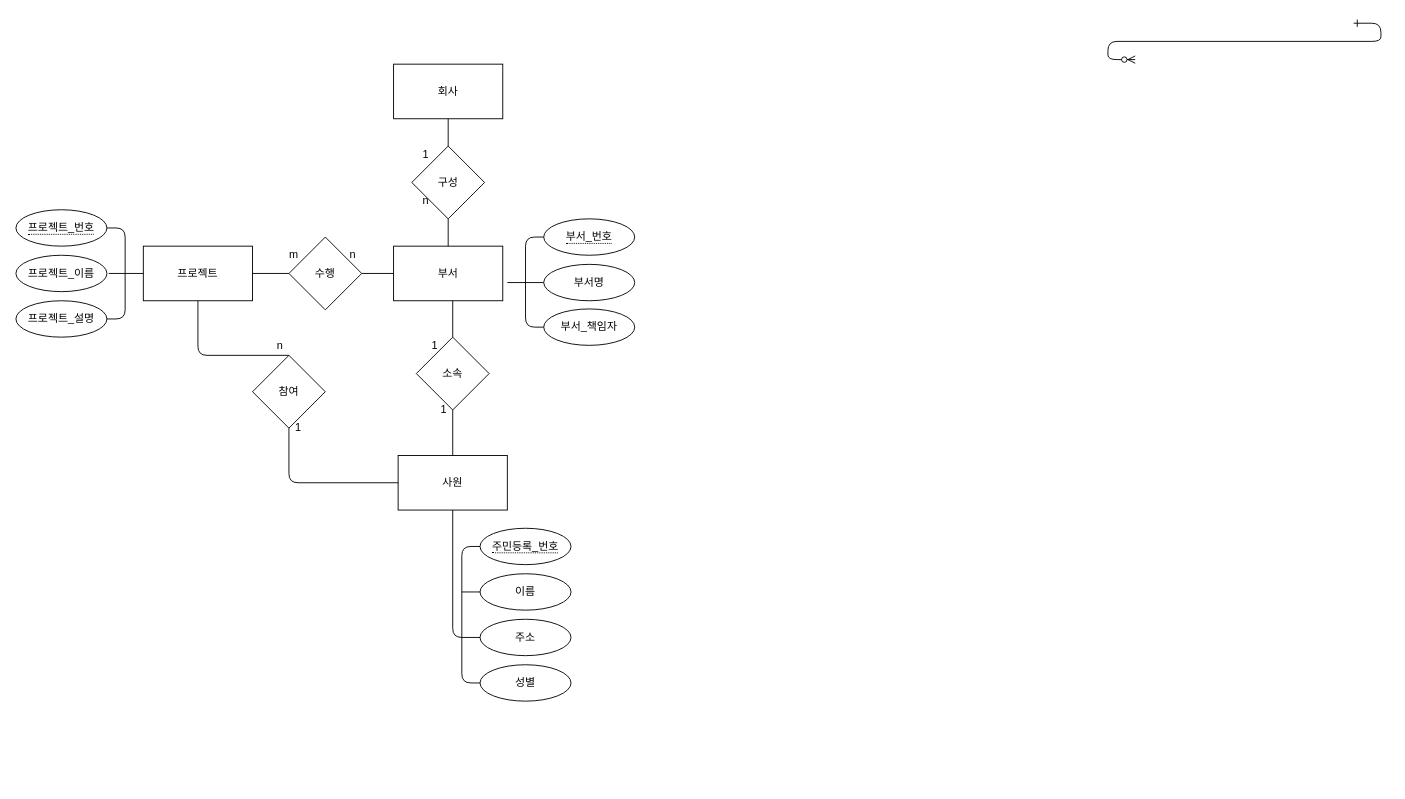
Earlier version of the draw.io diagram page "ER-Diagram" (1 of 3) of Untitled Diagram.drawio (oss0202/erwin). Source tidied: cells renumbered, new cells numbered last; positions are measured from the earlier drawing's top-left corner, leaving out a move shared by most shapes. Both pictures are drawn from the tidied source at 91%, with x=0, y=0 at pixel (15, 23).
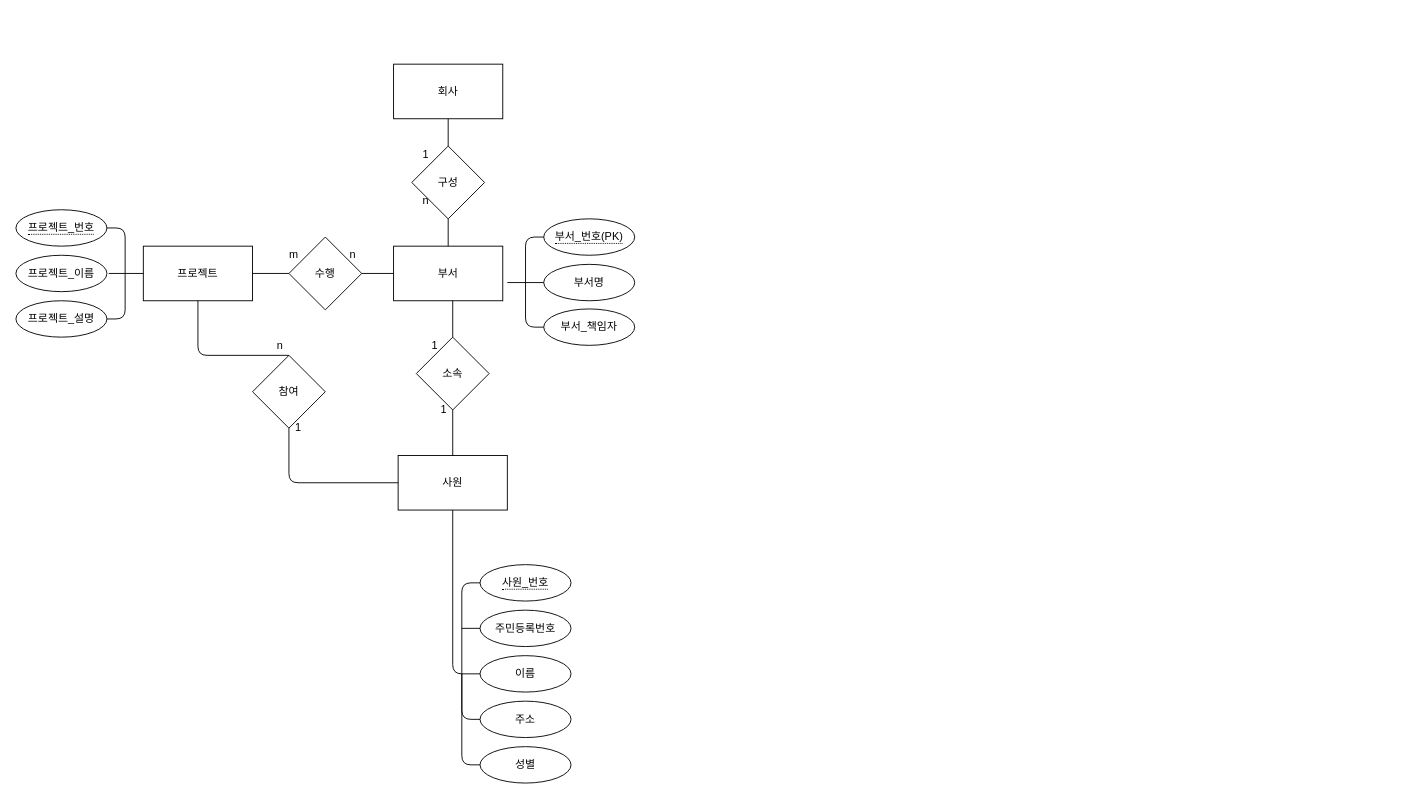
After the change.

The change refers to these unchanged cells:
```xml
<mxCell id="16" value="사원" style="rounded=0;whiteSpace=wrap;html=1;" parent="1" vertex="1">
  <mxGeometry x="420" y="475" width="120" height="60" as="geometry" />
</mxCell>
```

Change to the diagram source:
```diff
@@
-    <mxCell id="2" style="edgeStyle=entityRelationEdgeStyle;endArrow=ERzeroToMany;startArrow=ERone;endFill=1;startFill=0;" parent="1" edge="1">
-      <mxGeometry relative="1" as="geometry">
-        <mxPoint x="1470" as="sourcePoint" />
-        <mxPoint x="1230" y="40" as="targetPoint" />
-      </mxGeometry>
-    </mxCell>
@@
-    <mxCell id="29" value="&lt;span style=&quot;border-bottom: 1px dotted&quot;&gt;부서_번호&lt;/span&gt;" style="ellipse;whiteSpace=wrap;html=1;align=center;gradientColor=none;" parent="1" vertex="1">
+    <mxCell id="29" value="&lt;span style=&quot;border-bottom: 1px dotted&quot;&gt;부서_번호(PK)&lt;/span&gt;" style="ellipse;whiteSpace=wrap;html=1;align=center;gradientColor=none;" parent="1" vertex="1">
       <mxGeometry x="580" y="215" width="100" height="40" as="geometry" />
     </mxCell>
@@
-    <mxCell id="33" value="&lt;span style=&quot;border-bottom: 1px dotted&quot;&gt;주민등록_번호&lt;/span&gt;" style="ellipse;whiteSpace=wrap;html=1;align=center;gradientColor=none;" parent="1" vertex="1">
-      <mxGeometry x="510" y="555" width="100" height="40" as="geometry" />
+    <mxCell id="33" value="&lt;span style=&quot;border-bottom: 1px dotted&quot;&gt;사원_번호&lt;/span&gt;" style="ellipse;whiteSpace=wrap;html=1;align=center;gradientColor=none;" parent="1" vertex="1">
+      <mxGeometry x="510" y="595" width="100" height="40" as="geometry" />
     </mxCell>
-    <mxCell id="34" value="이름" style="ellipse;whiteSpace=wrap;html=1;align=center;" parent="1" vertex="1">
-      <mxGeometry x="510" y="605" width="100" height="40" as="geometry" />
+    <mxCell id="34" value="주민등록번호" style="ellipse;whiteSpace=wrap;html=1;align=center;" parent="1" vertex="1">
+      <mxGeometry x="510" y="645" width="100" height="40" as="geometry" />
     </mxCell>
-    <mxCell id="35" value="주소" style="ellipse;whiteSpace=wrap;html=1;align=center;" parent="1" vertex="1">
-      <mxGeometry x="510" y="655" width="100" height="40" as="geometry" />
+    <mxCell id="35" value="이름" style="ellipse;whiteSpace=wrap;html=1;align=center;" parent="1" vertex="1">
+      <mxGeometry x="510" y="695" width="100" height="40" as="geometry" />
     </mxCell>
-    <mxCell id="36" value="성별" style="ellipse;whiteSpace=wrap;html=1;align=center;" parent="1" vertex="1">
-      <mxGeometry x="510" y="705" width="100" height="40" as="geometry" />
+    <mxCell id="36" value="주소" style="ellipse;whiteSpace=wrap;html=1;align=center;" parent="1" vertex="1">
+      <mxGeometry x="510" y="745" width="100" height="40" as="geometry" />
     </mxCell>
@@
     <mxCell id="43" style="endArrow=none;html=1;entryX=0;entryY=0.5;entryDx=0;entryDy=0;exitX=0.5;exitY=1;exitDx=0;exitDy=0;" parent="1" edge="1" source="16" target="35">
       <mxGeometry relative="1" as="geometry">
         <Array as="points">
-          <mxPoint x="480" y="675" />
+          <mxPoint x="480" y="715" />
         </Array>
       </mxGeometry>
     </mxCell>
     <mxCell id="44" style="endArrow=none;html=1;exitX=0;exitY=0.5;exitDx=0;exitDy=0;" parent="1" edge="1" source="33">
       <mxGeometry relative="1" as="geometry">
-        <mxPoint x="490" y="675" as="targetPoint" />
+        <mxPoint x="490" y="715" as="targetPoint" />
         <Array as="points">
-          <mxPoint x="490" y="575" />
+          <mxPoint x="490" y="615" />
         </Array>
       </mxGeometry>
     </mxCell>
-    <mxCell id="45" style="endArrow=none;html=1;exitX=0;exitY=0.5;exitDx=0;exitDy=0;" parent="1" edge="1" source="34">
+    <mxCell id="45" style="endArrow=none;html=1;exitX=0;exitY=0.5;exitDx=0;exitDy=0;" parent="1" edge="1">
       <mxGeometry relative="1" as="geometry">
-        <mxPoint x="490" y="625" as="targetPoint" />
+        <mxPoint x="510" y="665" as="sourcePoint" />
+        <mxPoint x="490" y="665" as="targetPoint" />
       </mxGeometry>
     </mxCell>
     <mxCell id="46" style="endArrow=none;html=1;exitX=0;exitY=0.5;exitDx=0;exitDy=0;" parent="1" edge="1" source="36">
       <mxGeometry relative="1" as="geometry">
-        <mxPoint x="490" y="675" as="targetPoint" />
+        <mxPoint x="490" y="715" as="targetPoint" />
         <Array as="points">
-          <mxPoint x="490" y="725" />
+          <mxPoint x="490" y="765" />
         </Array>
       </mxGeometry>
     </mxCell>
+    <mxCell id="47" value="성별" style="ellipse;whiteSpace=wrap;html=1;align=center;" parent="1" vertex="1">
+      <mxGeometry x="510" y="795" width="100" height="40" as="geometry" />
+    </mxCell>
+    <mxCell id="48" style="endArrow=none;html=1;exitX=0;exitY=0.5;exitDx=0;exitDy=0;" parent="1" edge="1" source="47">
+      <mxGeometry relative="1" as="geometry">
+        <mxPoint x="490" y="715" as="targetPoint" />
+        <Array as="points">
+          <mxPoint x="490" y="815" />
+        </Array>
+      </mxGeometry>
+    </mxCell>
```
